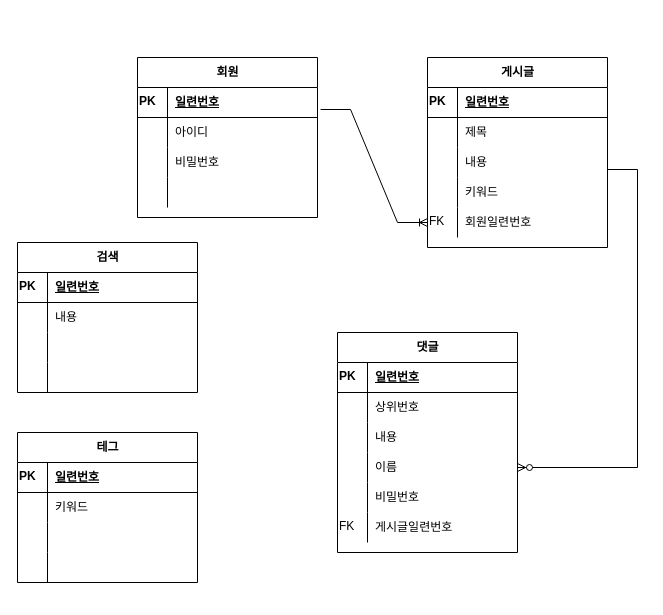
The draw.io diagram blogJoo.drawio in jookyungkim/joo-ERD, before the edit. Source tidied: cells renumbered, new cells numbered last; positions are measured from the earlier drawing's top-left corner, leaving out a move shared by most shapes. Both pictures are drawn from the tidied source at 100%, with x=0, y=0 at pixel (17, 57).
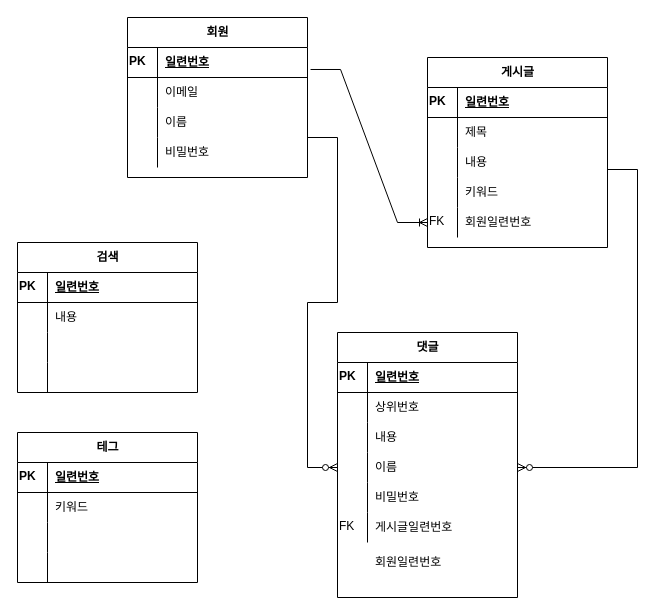
The same diagram, later.

Unchanged cells that the change refers to:
```xml
<mxCell id="6" style="shape=partialRectangle;fillColor=none;top=0;left=0;bottom=0;right=0;align=left;verticalAlign=top;html=1;" parent="2" vertex="1">
  <mxGeometry y="60" width="180" height="30" as="geometry" />
</mxCell>
<mxCell id="9" style="shape=partialRectangle;fillColor=none;top=0;left=0;bottom=0;right=0;align=left;verticalAlign=top;html=1;" parent="2" vertex="1">
  <mxGeometry y="90" width="180" height="30" as="geometry" />
</mxCell>
<mxCell id="12" style="shape=partialRectangle;fillColor=none;top=0;left=0;bottom=0;right=0;align=left;verticalAlign=top;html=1;" parent="2" vertex="1">
  <mxGeometry y="120" width="180" height="30" as="geometry" />
</mxCell>
<mxCell id="42" style="shape=partialRectangle;fillColor=none;top=0;left=0;bottom=0;right=0;points=[[0,0.5],[1,0.5]];portConstraint=eastwest;align=left;verticalAlign=top;html=1;" parent="32" vertex="1">
  <mxGeometry y="120" width="180" height="30" as="geometry" />
</mxCell>
```

Change to the diagram source:
```diff
@@
     <mxCell id="2" value="회원" style="shape=table;startSize=30;childLayout=tableLayout;rowLines=0;fontStyle=1;align=center;html=1;" parent="1" vertex="1">
-      <mxGeometry x="120" width="180" height="160" as="geometry" />
+      <mxGeometry x="110" y="-40" width="180" height="160" as="geometry" />
     </mxCell>
@@
-    <mxCell id="8" value="아이디" style="shape=partialRectangle;fillColor=none;top=0;left=0;bottom=0;right=0;align=left;spacingLeft=6;overflow=hidden;html=1;" parent="6" vertex="1">
+    <mxCell id="8" value="이메일" style="shape=partialRectangle;fillColor=none;top=0;left=0;bottom=0;right=0;align=left;spacingLeft=6;overflow=hidden;html=1;" parent="6" vertex="1">
       <mxGeometry x="30" width="150" height="30" as="geometry" />
     </mxCell>
@@
-    <mxCell id="11" value="비밀번호" style="shape=partialRectangle;fillColor=none;top=0;left=0;bottom=0;right=0;align=left;spacingLeft=6;overflow=hidden;html=1;" parent="9" vertex="1">
+    <mxCell id="11" value="이름" style="shape=partialRectangle;fillColor=none;top=0;left=0;bottom=0;right=0;align=left;spacingLeft=6;overflow=hidden;html=1;" parent="9" vertex="1">
       <mxGeometry x="30" width="150" height="30" as="geometry" />
     </mxCell>
@@
-    <mxCell id="14" style="shape=partialRectangle;fillColor=none;top=0;left=0;bottom=0;right=0;align=left;spacingLeft=6;overflow=hidden;html=1;" parent="12" vertex="1">
+    <mxCell id="14" value="비밀번호" style="shape=partialRectangle;fillColor=none;top=0;left=0;bottom=0;right=0;align=left;spacingLeft=6;overflow=hidden;html=1;" parent="12" vertex="1">
       <mxGeometry x="30" width="150" height="30" as="geometry" />
     </mxCell>
@@
     <mxCell id="32" value="댓글" style="shape=table;startSize=30;childLayout=tableLayout;rowLines=0;fontStyle=1;align=center;html=1;" parent="1" vertex="1">
-      <mxGeometry x="320" y="275" width="180" height="220" as="geometry" />
+      <mxGeometry x="320" y="275" width="180" height="265" as="geometry" />
     </mxCell>
@@
+    <mxCell id="78" value="회원일련번호" style="shape=partialRectangle;fillColor=none;top=0;left=0;bottom=0;right=0;align=left;spacingLeft=6;overflow=hidden;html=1;" parent="1" vertex="1">
+      <mxGeometry x="350" y="490" width="150" height="30" as="geometry" />
+    </mxCell>
+    <mxCell id="79" style="edgeStyle=entityRelationEdgeStyle;fontSize=12;html=1;endArrow=ERzeroToMany;endFill=1;rounded=0;entryX=0;entryY=0.5;entryDx=0;entryDy=0;" parent="1" edge="1" target="42">
+      <mxGeometry relative="1" as="geometry">
+        <mxPoint x="290" y="80" as="sourcePoint" />
+      </mxGeometry>
+    </mxCell>
```
